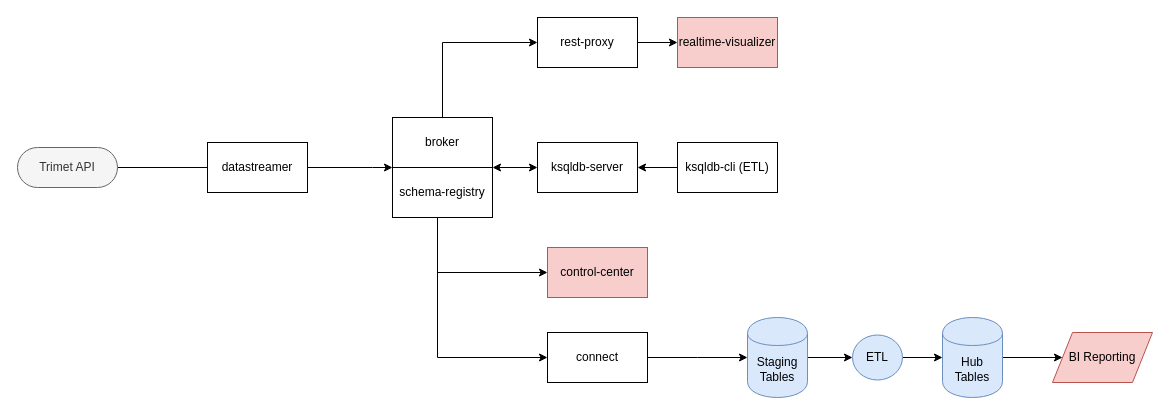
The draw.io diagram page "Version 2" (2 of 2) of Models/Transportation Hub DFD.drawio in ResourceDataInc/TransportationHub, before the edit. Source tidied: cells renumbered, new cells numbered last; positions are measured from the earlier drawing's top-left corner, leaving out a move shared by most shapes. Both pictures are drawn from the tidied source at 100%, with x=0, y=0 at pixel (17, 17).
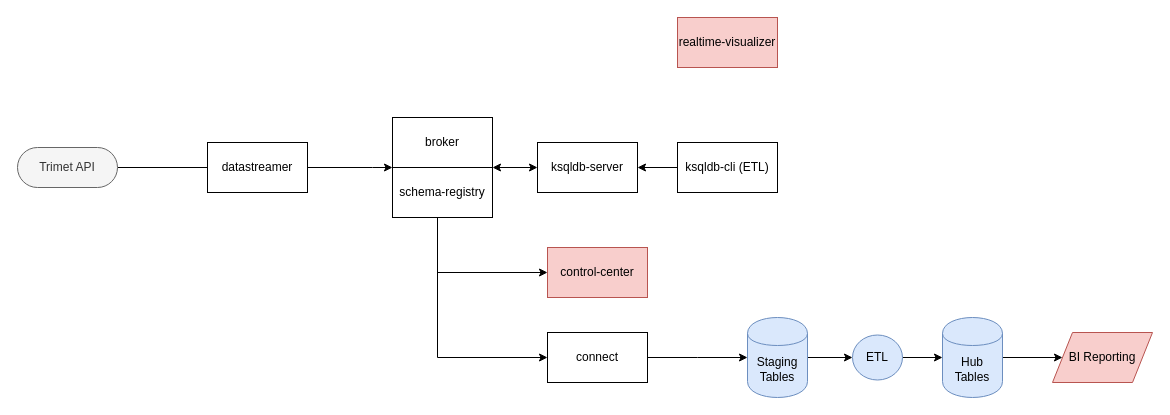
Above is the later version.

Commit message (it also covers changes not shown here):
remove rest proxy

The change refers to these unchanged cells:
```xml
<mxCell id="12" value="broker" style="html=1;dashed=0;whiteSpace=wrap;" parent="1" vertex="1">
  <mxGeometry x="375" y="100" width="100" height="50" as="geometry" />
</mxCell>
<mxCell id="27" value="realtime-visualizer" style="html=1;dashed=0;whiteSpace=wrap;fillColor=#f8cecc;strokeColor=#b85450;" parent="1" vertex="1">
  <mxGeometry x="660" width="100" height="50" as="geometry" />
</mxCell>
```

The edit, as a diff of the source:
```diff
@@
-    <mxCell id="11" style="edgeStyle=orthogonalEdgeStyle;rounded=0;jettySize=auto;html=1;entryX=0;entryY=0.5;entryDx=0;entryDy=0;exitX=0.5;exitY=0;exitDx=0;exitDy=0;" parent="1" edge="1" source="12" target="21">
-      <mxGeometry relative="1" as="geometry" />
-    </mxCell>
@@
-    <mxCell id="20" style="edgeStyle=orthogonalEdgeStyle;rounded=0;jettySize=auto;html=1;entryX=0;entryY=0.5;entryDx=0;entryDy=0;" parent="1" edge="1" source="21" target="27">
-      <mxGeometry relative="1" as="geometry" />
-    </mxCell>
-    <mxCell id="21" value="rest-proxy" style="html=1;dashed=0;whiteSpace=wrap;" parent="1" vertex="1">
-      <mxGeometry x="520" width="100" height="50" as="geometry" />
-    </mxCell>
```
